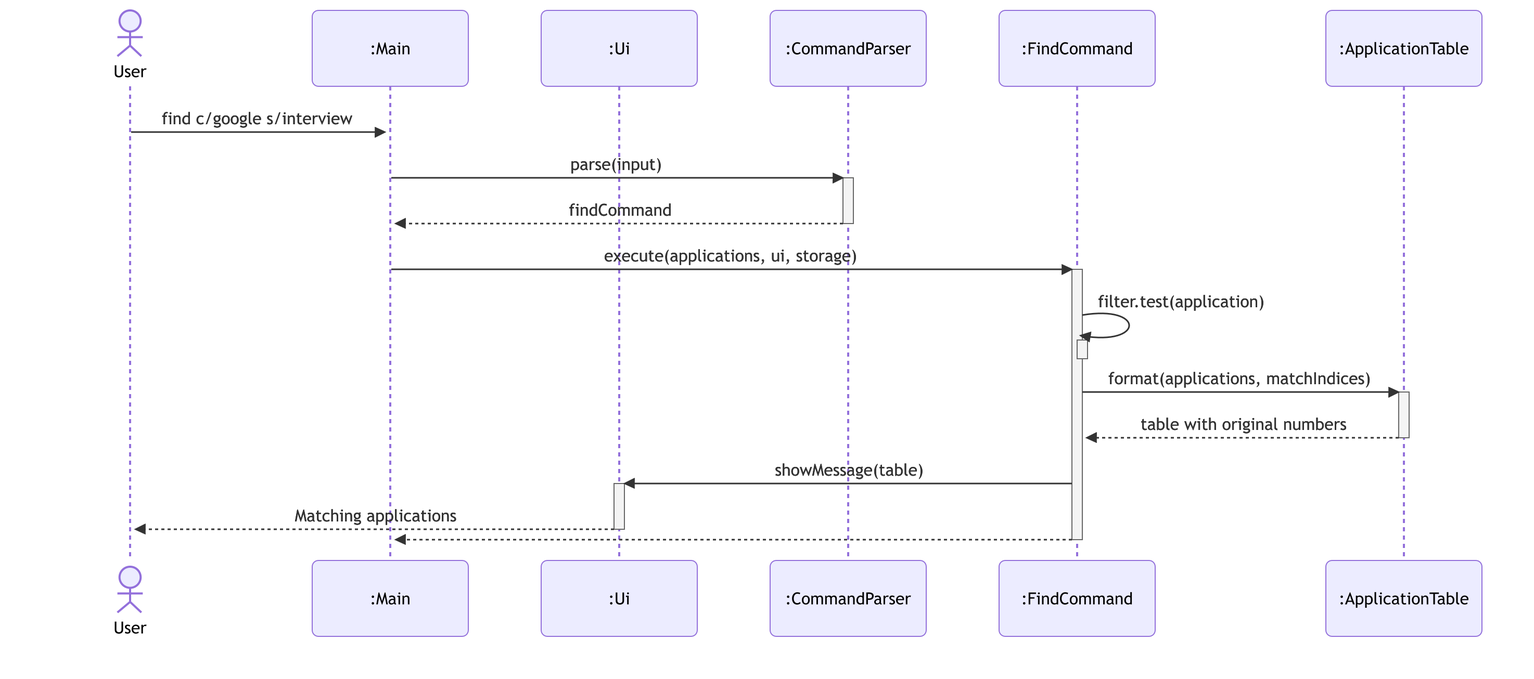
Above: docs/diagrams/find-combined-filters-sequence.png in AY2627S1-CS2113-T10-2/tp (Mermaid), before the change. Its source is kept beside it as docs/diagrams/sources/find-combined-filters-sequence.mmd.
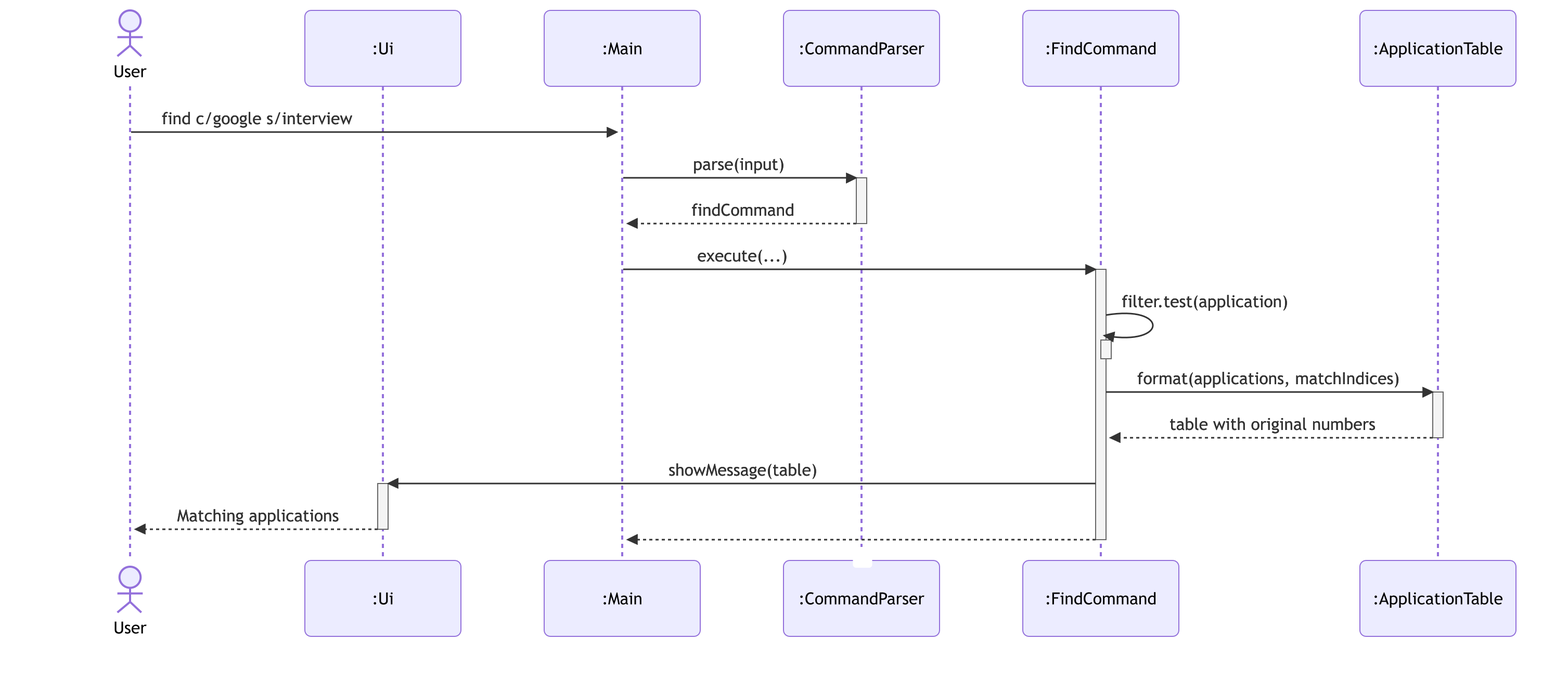
After the commit.

Diff of the diagram source:
```diff
@@ -1,8 +1,9 @@
-%%{init: {'theme': 'default', 'sequence': {'actorMargin': 70, 'messageMargin': 45}}}%%
+%%{init: {'theme': 'default', 'sequence': {'actorMargin': 85, 'messageMargin': 45}}}%%
+%%{init: {'theme': 'default', 'sequence': {'actorMargin': 80, 'messageMargin': 45}}}%%
 sequenceDiagram
     actor user as User
+    participant ui as :Ui
     participant main as :Main
-    participant ui as :Ui
     participant parser as :CommandParser
     participant cmd as :FindCommand
     participant table as :ApplicationTable
@@ -12,7 +13,7 @@
     activate parser
     parser-->>main: findCommand
     deactivate parser
-    main->>cmd: execute(applications, ui, storage)
+    main->>cmd: execute(...)
     activate cmd
     cmd->>cmd: filter.test(application)
     activate cmd
```
